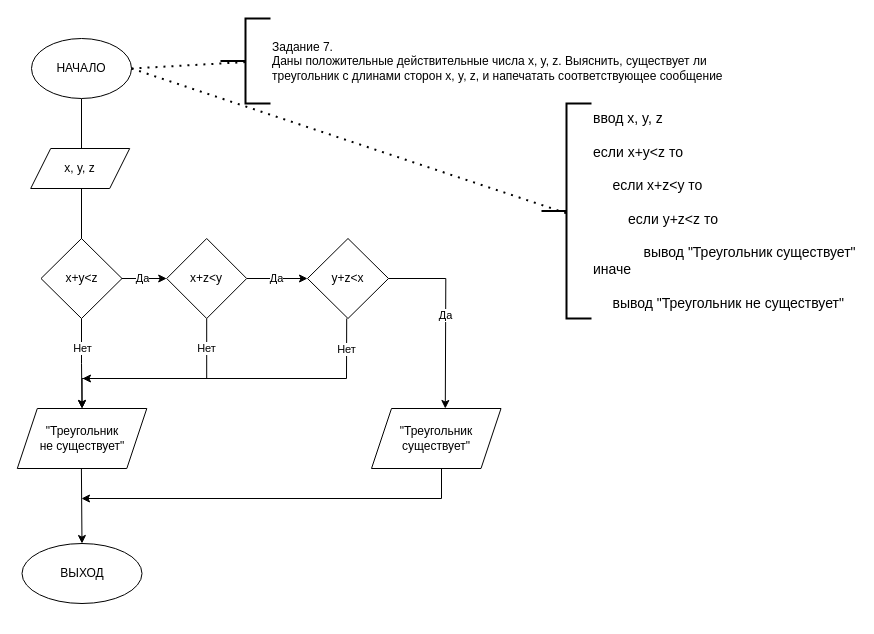
Before: Task_01_07.drawio in paweltaranov/Pawel_Taranov_Zadanie_01, a draw.io diagram. Source tidied: cells renumbered, new cells numbered last; positions are measured from the earlier drawing's top-left corner, leaving out a move shared by most shapes. Both pictures are drawn from the tidied source at 100%, with x=0, y=0 at pixel (17, 18).
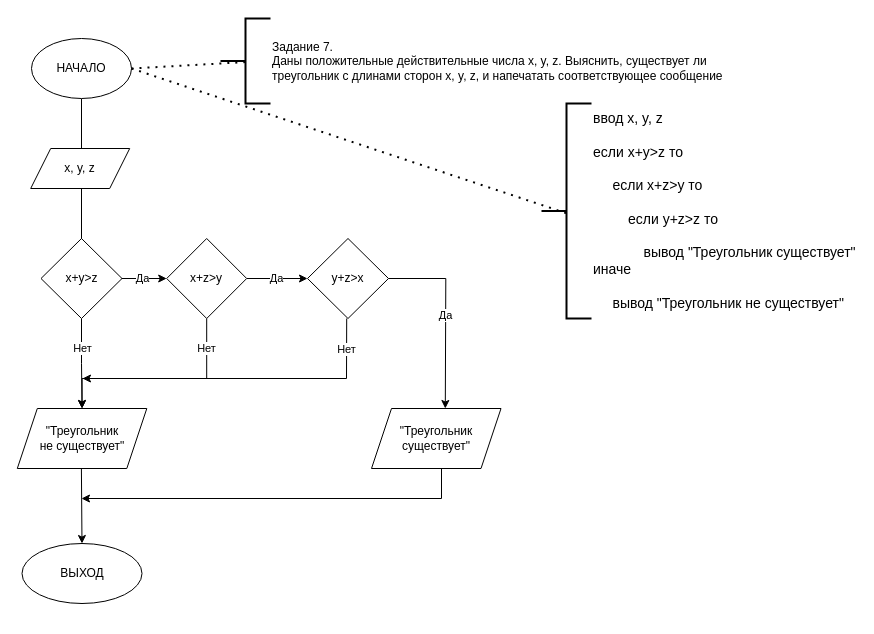
After the change.

Diff of the diagram source:
```diff
@@
-    <mxCell id="6" value="x+y&amp;lt;z" style="rhombus;whiteSpace=wrap;html=1;" parent="1" vertex="1">
+    <mxCell id="6" value="x+y&amp;gt;z" style="rhombus;whiteSpace=wrap;html=1;" parent="1" vertex="1">
       <mxGeometry x="23.5" y="220" width="81" height="80" as="geometry" />
     </mxCell>
@@
-    <mxCell id="12" value="ввод x, y, z&lt;br&gt;&lt;br&gt;если x+y&amp;lt;z то&lt;br&gt;&lt;span&gt; &lt;/span&gt;&lt;span&gt; &lt;/span&gt;&lt;br&gt;&lt;span&gt;&lt;/span&gt;&amp;nbsp; &amp;nbsp; &amp;nbsp;если x+z&amp;lt;y то&lt;br&gt;&amp;nbsp; &amp;nbsp;&amp;nbsp;&lt;br&gt;&amp;nbsp; &amp;nbsp; &amp;nbsp; &amp;nbsp; &amp;nbsp;если y+z&amp;lt;z то&lt;br&gt;&lt;br&gt;&amp;nbsp; &amp;nbsp; &amp;nbsp; &amp;nbsp; &amp;nbsp; &amp;nbsp; &amp;nbsp;вывод &quot;Треугольник существует&quot;&lt;br&gt;иначе &lt;br&gt;&amp;nbsp; &amp;nbsp; &lt;br&gt;&amp;nbsp; &amp;nbsp; &amp;nbsp;вывод &quot;Треугольник не существует&quot;&lt;br&gt;&lt;br&gt;&amp;nbsp; &amp;nbsp; &amp;nbsp; &amp;nbsp;&amp;nbsp;&lt;br&gt;&amp;nbsp; &amp;nbsp; &amp;nbsp; &amp;nbsp;&amp;nbsp;" style="strokeWidth=2;html=1;shape=mxgraph.flowchart.annotation_2;align=left;labelPosition=right;verticalAlign=top;fontSize=14;spacing=2;spacingBottom=0;spacingLeft=0;spacingTop=0;horizontal=1;" parent="1" vertex="1">
+    <mxCell id="12" value="ввод x, y, z&lt;br&gt;&lt;br&gt;если x+y&amp;gt;z то&lt;br&gt;&lt;span&gt; &lt;/span&gt;&lt;span&gt; &lt;/span&gt;&lt;br&gt;&lt;span&gt;&lt;/span&gt;&amp;nbsp; &amp;nbsp; &amp;nbsp;если x+z&amp;gt;y то&lt;br&gt;&amp;nbsp; &amp;nbsp;&amp;nbsp;&lt;br&gt;&amp;nbsp; &amp;nbsp; &amp;nbsp; &amp;nbsp; &amp;nbsp;если y+z&amp;gt;z то&lt;br&gt;&lt;br&gt;&amp;nbsp; &amp;nbsp; &amp;nbsp; &amp;nbsp; &amp;nbsp; &amp;nbsp; &amp;nbsp;вывод &quot;Треугольник существует&quot;&lt;br&gt;иначе &lt;br&gt;&amp;nbsp; &amp;nbsp; &lt;br&gt;&amp;nbsp; &amp;nbsp; &amp;nbsp;вывод &quot;Треугольник не существует&quot;&lt;br&gt;&lt;br&gt;&amp;nbsp; &amp;nbsp; &amp;nbsp; &amp;nbsp;&amp;nbsp;&lt;br&gt;&amp;nbsp; &amp;nbsp; &amp;nbsp; &amp;nbsp;&amp;nbsp;" style="strokeWidth=2;html=1;shape=mxgraph.flowchart.annotation_2;align=left;labelPosition=right;verticalAlign=top;fontSize=14;spacing=2;spacingBottom=0;spacingLeft=0;spacingTop=0;horizontal=1;" parent="1" vertex="1">
       <mxGeometry x="524" y="85" width="50" height="215" as="geometry" />
     </mxCell>
@@
-    <mxCell id="16" value="x+z&amp;lt;y" style="rhombus;whiteSpace=wrap;html=1;" parent="1" vertex="1">
+    <mxCell id="16" value="x+z&amp;gt;y" style="rhombus;whiteSpace=wrap;html=1;" parent="1" vertex="1">
       <mxGeometry x="149.2" y="220" width="80" height="80" as="geometry" />
     </mxCell>
@@
-    <mxCell id="20" value="y+z&amp;lt;x" style="rhombus;whiteSpace=wrap;html=1;" parent="1" vertex="1">
+    <mxCell id="20" value="y+z&amp;gt;x" style="rhombus;whiteSpace=wrap;html=1;" parent="1" vertex="1">
       <mxGeometry x="290" y="220" width="81" height="80" as="geometry" />
     </mxCell>
```
